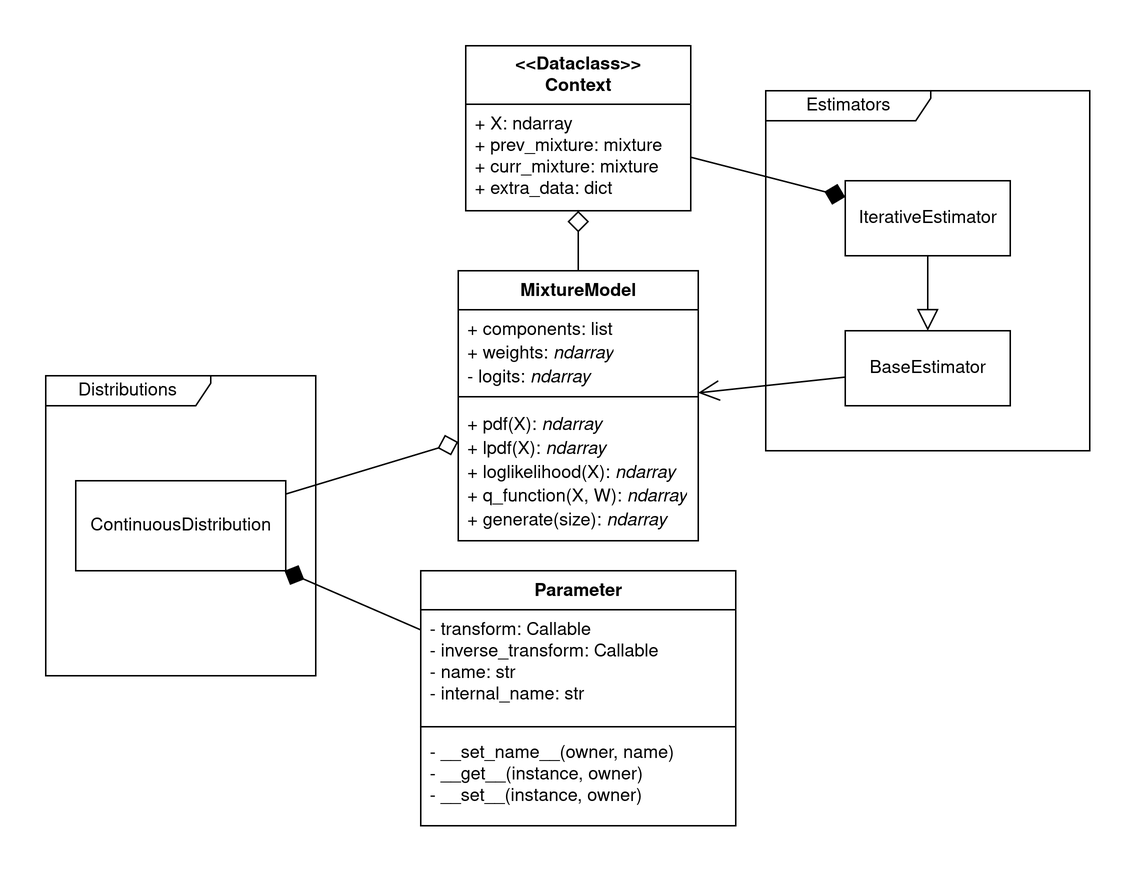
PySATL/rework-pysatl-mpest keeps this draw.io diagram as _images/core.png. Above is the earlier version. Source tidied: cells renumbered, new cells last; positions are measured from the earlier drawing's top-left corner, leaving out a move shared by most shapes. The source it was exported from:
```xml
<mxGraphModel>
  <root>
    <mxCell id="0" />
    <mxCell id="1" parent="0" />
    <mxCell id="2" style="rounded=0;jettySize=auto;html=1;endArrow=diamond;endFill=0;endSize=12;" parent="1" edge="1" source="3" target="12">
      <mxGeometry relative="1" as="geometry" />
    </mxCell>
    <mxCell id="3" value="MixtureModel" style="swimlane;fontStyle=1;align=center;verticalAlign=top;horizontal=1;startSize=26;whiteSpace=wrap;html=1;" parent="1" vertex="1">
      <mxGeometry x="275" y="150" width="160" height="180" as="geometry" />
    </mxCell>
    <mxCell id="4" value="&lt;div&gt;+ components: list&lt;/div&gt;&lt;div&gt;+ weights:&amp;nbsp;&lt;i&gt;ndarray&lt;/i&gt;&lt;/div&gt;&lt;div&gt;- logits:&amp;nbsp;&lt;i&gt;ndarray&lt;/i&gt;&lt;/div&gt;" style="text;strokeColor=none;fillColor=none;align=left;verticalAlign=top;spacingLeft=4;spacingRight=4;overflow=hidden;whiteSpace=wrap;html=1;" parent="3" vertex="1">
      <mxGeometry y="26" width="160" height="54" as="geometry" />
    </mxCell>
    <mxCell id="5" style="line;strokeWidth=1;fillColor=none;align=left;verticalAlign=middle;spacingTop=-1;spacingLeft=3;spacingRight=3;labelPosition=right;strokeColor=inherit;" parent="3" vertex="1">
      <mxGeometry y="80" width="160" height="8" as="geometry" />
    </mxCell>
    <mxCell id="6" value="&lt;div&gt;+ pdf(X):&amp;nbsp;&lt;i&gt;ndarray&lt;/i&gt;&lt;/div&gt;&lt;div&gt;+ lpdf(X):&amp;nbsp;&lt;i&gt;ndarray&lt;/i&gt;&lt;/div&gt;&lt;div&gt;&lt;div&gt;&lt;div&gt;+ loglikelihood(X):&amp;nbsp;&lt;i&gt;ndarray&lt;/i&gt;&lt;/div&gt;&lt;div&gt;+ q_function(X, W):&amp;nbsp;&lt;i&gt;ndarray&lt;/i&gt;&lt;/div&gt;&lt;/div&gt;&lt;/div&gt;&lt;div&gt;+ generate(size):&amp;nbsp;&lt;i&gt;ndarray&lt;/i&gt;&lt;/div&gt;" style="text;strokeColor=none;fillColor=none;align=left;verticalAlign=top;spacingLeft=4;spacingRight=4;overflow=hidden;whiteSpace=wrap;html=1;" parent="3" vertex="1">
      <mxGeometry y="88" width="160" height="92" as="geometry" />
    </mxCell>
    <mxCell id="7" value="Parameter" style="swimlane;fontStyle=1;align=center;verticalAlign=top;horizontal=1;startSize=26;whiteSpace=wrap;html=1;" parent="1" vertex="1">
      <mxGeometry x="250" y="350" width="210" height="170" as="geometry" />
    </mxCell>
    <mxCell id="8" value="&lt;div&gt;- transform: Callable&lt;/div&gt;&lt;div&gt;- inverse_transform: Callable&lt;/div&gt;&lt;div&gt;- name: str&lt;/div&gt;&lt;div&gt;- internal_name: str&lt;/div&gt;" style="text;strokeColor=none;fillColor=none;align=left;verticalAlign=top;spacingLeft=4;spacingRight=4;overflow=hidden;whiteSpace=wrap;html=1;" parent="7" vertex="1">
      <mxGeometry y="26" width="210" height="74" as="geometry" />
    </mxCell>
    <mxCell id="9" style="line;strokeWidth=1;fillColor=none;align=left;verticalAlign=middle;spacingTop=-1;spacingLeft=3;spacingRight=3;labelPosition=right;strokeColor=inherit;" parent="7" vertex="1">
      <mxGeometry y="100" width="210" height="8" as="geometry" />
    </mxCell>
    <mxCell id="10" value="&lt;div&gt;- __set_name__(owner, name)&lt;/div&gt;&lt;div&gt;- __get__(&lt;span class=&quot;router-outlet-wrapper ng-tns-c2462920339-0&quot;&gt;&lt;/span&gt;instance, owner)&lt;/div&gt;&lt;div&gt;- __set__(instance, owner)&lt;/div&gt;&lt;div&gt;&lt;br&gt;&lt;/div&gt;" style="text;strokeColor=none;fillColor=none;align=left;verticalAlign=top;spacingLeft=4;spacingRight=4;overflow=hidden;whiteSpace=wrap;html=1;" parent="7" vertex="1">
      <mxGeometry y="108" width="210" height="62" as="geometry" />
    </mxCell>
    <mxCell id="11" style="rounded=0;jettySize=auto;html=1;endArrow=diamond;endFill=1;endSize=12;" parent="1" edge="1" source="12" target="22">
      <mxGeometry relative="1" as="geometry" />
    </mxCell>
    <mxCell id="12" value="&lt;div&gt;&lt;b&gt;&amp;lt;&amp;lt;Dataclass&amp;gt;&amp;gt;&lt;/b&gt;&lt;/div&gt;&lt;div&gt;&lt;b&gt;Context&lt;/b&gt;&lt;/div&gt;" style="swimlane;fontStyle=0;horizontal=1;startSize=39;fillColor=none;whiteSpace=wrap;html=1;" parent="1" vertex="1">
      <mxGeometry x="280" width="150" height="110" as="geometry" />
    </mxCell>
    <mxCell id="13" value="&lt;div&gt;+ X: ndarray&lt;/div&gt;&lt;div&gt;+ prev_mixture: mixture&lt;/div&gt;&lt;div&gt;+ curr_mixture: mixture&lt;/div&gt;&lt;div&gt;+ extra_data: dict&lt;/div&gt;" style="text;strokeColor=none;fillColor=none;align=left;verticalAlign=top;spacingLeft=4;spacingRight=4;overflow=hidden;whiteSpace=wrap;html=1;" parent="12" vertex="1">
      <mxGeometry y="39" width="150" height="71" as="geometry" />
    </mxCell>
    <mxCell id="14" value="Distributions" style="shape=umlFrame;whiteSpace=wrap;html=1;width=110;height=20;" parent="1" vertex="1">
      <mxGeometry y="220" width="180" height="200" as="geometry" />
    </mxCell>
    <mxCell id="15" value="Estimators" style="shape=umlFrame;whiteSpace=wrap;html=1;width=110;height=20;" parent="1" vertex="1">
      <mxGeometry x="480" y="30" width="216" height="240" as="geometry" />
    </mxCell>
    <mxCell id="16" value="ContinuousDistribution" style="html=1;whiteSpace=wrap;" parent="1" vertex="1">
      <mxGeometry x="20" y="290" width="140" height="60" as="geometry" />
    </mxCell>
    <mxCell id="17" style="endArrow=diamond;endFill=0;endSize=12;html=1;rounded=0;" parent="1" edge="1" source="16" target="3">
      <mxGeometry relative="1" as="geometry" />
    </mxCell>
    <mxCell id="18" style="endArrow=diamond;endFill=1;endSize=12;html=1;rounded=0;" parent="1" edge="1" source="7" target="16">
      <mxGeometry relative="1" as="geometry" />
    </mxCell>
    <mxCell id="19" style="rounded=0;jettySize=auto;html=1;endArrow=open;endFill=0;endSize=12;" parent="1" edge="1" source="20" target="3">
      <mxGeometry relative="1" as="geometry" />
    </mxCell>
    <mxCell id="20" value="BaseEstimator" style="html=1;whiteSpace=wrap;" parent="1" vertex="1">
      <mxGeometry x="533" y="190" width="110" height="50" as="geometry" />
    </mxCell>
    <mxCell id="21" style="edgeStyle=orthogonalEdgeStyle;rounded=0;jettySize=auto;html=1;endSize=12;endArrow=block;endFill=0;" parent="1" edge="1" source="22" target="20">
      <mxGeometry relative="1" as="geometry" />
    </mxCell>
    <mxCell id="22" value="IterativeEstimator" style="html=1;whiteSpace=wrap;" parent="1" vertex="1">
      <mxGeometry x="533" y="90" width="110" height="50" as="geometry" />
    </mxCell>
  </root>
</mxGraphModel>
```
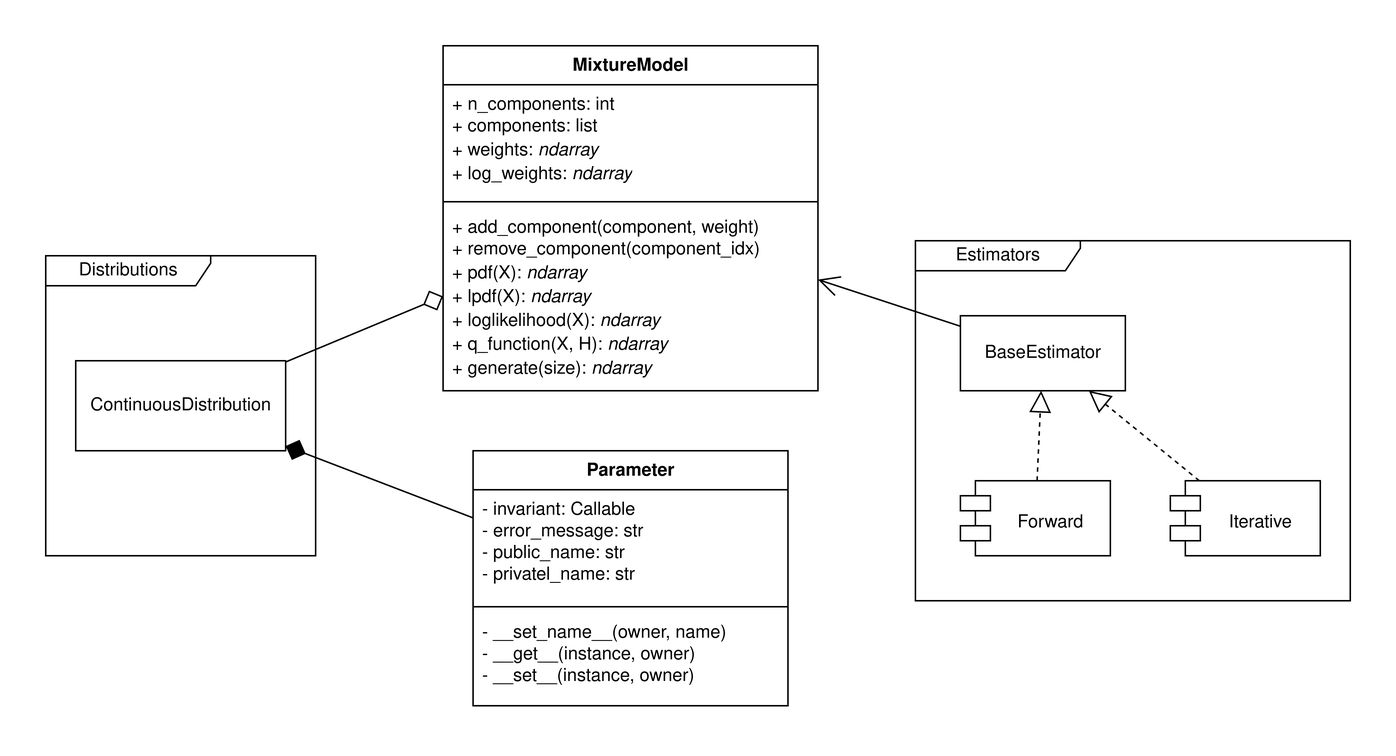
Above is the later version.

Change to the diagram source:
```diff
@@ -2,50 +2,14 @@
   <root>
     <mxCell id="0" />
     <mxCell id="1" parent="0" />
-    <mxCell id="2" style="rounded=0;jettySize=auto;html=1;endArrow=diamond;endFill=0;endSize=12;" parent="1" edge="1" source="3" target="12">
-      <mxGeometry relative="1" as="geometry" />
-    </mxCell>
-    <mxCell id="3" value="MixtureModel" style="swimlane;fontStyle=1;align=center;verticalAlign=top;horizontal=1;startSize=26;whiteSpace=wrap;html=1;" parent="1" vertex="1">
-      <mxGeometry x="275" y="150" width="160" height="180" as="geometry" />
-    </mxCell>
-    <mxCell id="4" value="&lt;div&gt;+ components: list&lt;/div&gt;&lt;div&gt;+ weights:&amp;nbsp;&lt;i&gt;ndarray&lt;/i&gt;&lt;/div&gt;&lt;div&gt;- logits:&amp;nbsp;&lt;i&gt;ndarray&lt;/i&gt;&lt;/div&gt;" style="text;strokeColor=none;fillColor=none;align=left;verticalAlign=top;spacingLeft=4;spacingRight=4;overflow=hidden;whiteSpace=wrap;html=1;" parent="3" vertex="1">
-      <mxGeometry y="26" width="160" height="54" as="geometry" />
-    </mxCell>
-    <mxCell id="5" style="line;strokeWidth=1;fillColor=none;align=left;verticalAlign=middle;spacingTop=-1;spacingLeft=3;spacingRight=3;labelPosition=right;strokeColor=inherit;" parent="3" vertex="1">
-      <mxGeometry y="80" width="160" height="8" as="geometry" />
-    </mxCell>
-    <mxCell id="6" value="&lt;div&gt;+ pdf(X):&amp;nbsp;&lt;i&gt;ndarray&lt;/i&gt;&lt;/div&gt;&lt;div&gt;+ lpdf(X):&amp;nbsp;&lt;i&gt;ndarray&lt;/i&gt;&lt;/div&gt;&lt;div&gt;&lt;div&gt;&lt;div&gt;+ loglikelihood(X):&amp;nbsp;&lt;i&gt;ndarray&lt;/i&gt;&lt;/div&gt;&lt;div&gt;+ q_function(X, W):&amp;nbsp;&lt;i&gt;ndarray&lt;/i&gt;&lt;/div&gt;&lt;/div&gt;&lt;/div&gt;&lt;div&gt;+ generate(size):&amp;nbsp;&lt;i&gt;ndarray&lt;/i&gt;&lt;/div&gt;" style="text;strokeColor=none;fillColor=none;align=left;verticalAlign=top;spacingLeft=4;spacingRight=4;overflow=hidden;whiteSpace=wrap;html=1;" parent="3" vertex="1">
-      <mxGeometry y="88" width="160" height="92" as="geometry" />
-    </mxCell>
-    <mxCell id="7" value="Parameter" style="swimlane;fontStyle=1;align=center;verticalAlign=top;horizontal=1;startSize=26;whiteSpace=wrap;html=1;" parent="1" vertex="1">
-      <mxGeometry x="250" y="350" width="210" height="170" as="geometry" />
-    </mxCell>
-    <mxCell id="8" value="&lt;div&gt;- transform: Callable&lt;/div&gt;&lt;div&gt;- inverse_transform: Callable&lt;/div&gt;&lt;div&gt;- name: str&lt;/div&gt;&lt;div&gt;- internal_name: str&lt;/div&gt;" style="text;strokeColor=none;fillColor=none;align=left;verticalAlign=top;spacingLeft=4;spacingRight=4;overflow=hidden;whiteSpace=wrap;html=1;" parent="7" vertex="1">
-      <mxGeometry y="26" width="210" height="74" as="geometry" />
-    </mxCell>
-    <mxCell id="9" style="line;strokeWidth=1;fillColor=none;align=left;verticalAlign=middle;spacingTop=-1;spacingLeft=3;spacingRight=3;labelPosition=right;strokeColor=inherit;" parent="7" vertex="1">
-      <mxGeometry y="100" width="210" height="8" as="geometry" />
-    </mxCell>
-    <mxCell id="10" value="&lt;div&gt;- __set_name__(owner, name)&lt;/div&gt;&lt;div&gt;- __get__(&lt;span class=&quot;router-outlet-wrapper ng-tns-c2462920339-0&quot;&gt;&lt;/span&gt;instance, owner)&lt;/div&gt;&lt;div&gt;- __set__(instance, owner)&lt;/div&gt;&lt;div&gt;&lt;br&gt;&lt;/div&gt;" style="text;strokeColor=none;fillColor=none;align=left;verticalAlign=top;spacingLeft=4;spacingRight=4;overflow=hidden;whiteSpace=wrap;html=1;" parent="7" vertex="1">
-      <mxGeometry y="108" width="210" height="62" as="geometry" />
-    </mxCell>
-    <mxCell id="11" style="rounded=0;jettySize=auto;html=1;endArrow=diamond;endFill=1;endSize=12;" parent="1" edge="1" source="12" target="22">
-      <mxGeometry relative="1" as="geometry" />
-    </mxCell>
-    <mxCell id="12" value="&lt;div&gt;&lt;b&gt;&amp;lt;&amp;lt;Dataclass&amp;gt;&amp;gt;&lt;/b&gt;&lt;/div&gt;&lt;div&gt;&lt;b&gt;Context&lt;/b&gt;&lt;/div&gt;" style="swimlane;fontStyle=0;horizontal=1;startSize=39;fillColor=none;whiteSpace=wrap;html=1;" parent="1" vertex="1">
-      <mxGeometry x="280" width="150" height="110" as="geometry" />
-    </mxCell>
-    <mxCell id="13" value="&lt;div&gt;+ X: ndarray&lt;/div&gt;&lt;div&gt;+ prev_mixture: mixture&lt;/div&gt;&lt;div&gt;+ curr_mixture: mixture&lt;/div&gt;&lt;div&gt;+ extra_data: dict&lt;/div&gt;" style="text;strokeColor=none;fillColor=none;align=left;verticalAlign=top;spacingLeft=4;spacingRight=4;overflow=hidden;whiteSpace=wrap;html=1;" parent="12" vertex="1">
-      <mxGeometry y="39" width="150" height="71" as="geometry" />
-    </mxCell>
     <mxCell id="14" value="Distributions" style="shape=umlFrame;whiteSpace=wrap;html=1;width=110;height=20;" parent="1" vertex="1">
-      <mxGeometry y="220" width="180" height="200" as="geometry" />
+      <mxGeometry x="-40" y="50" width="180" height="200" as="geometry" />
     </mxCell>
     <mxCell id="15" value="Estimators" style="shape=umlFrame;whiteSpace=wrap;html=1;width=110;height=20;" parent="1" vertex="1">
-      <mxGeometry x="480" y="30" width="216" height="240" as="geometry" />
+      <mxGeometry x="540" y="40" width="290" height="240" as="geometry" />
     </mxCell>
     <mxCell id="16" value="ContinuousDistribution" style="html=1;whiteSpace=wrap;" parent="1" vertex="1">
-      <mxGeometry x="20" y="290" width="140" height="60" as="geometry" />
+      <mxGeometry x="-20" y="120" width="140" height="60" as="geometry" />
     </mxCell>
     <mxCell id="17" style="endArrow=diamond;endFill=0;endSize=12;html=1;rounded=0;" parent="1" edge="1" source="16" target="3">
       <mxGeometry relative="1" as="geometry" />
@@ -57,13 +21,43 @@
       <mxGeometry relative="1" as="geometry" />
     </mxCell>
     <mxCell id="20" value="BaseEstimator" style="html=1;whiteSpace=wrap;" parent="1" vertex="1">
-      <mxGeometry x="533" y="190" width="110" height="50" as="geometry" />
+      <mxGeometry x="570" y="90" width="110" height="50" as="geometry" />
     </mxCell>
-    <mxCell id="21" style="edgeStyle=orthogonalEdgeStyle;rounded=0;jettySize=auto;html=1;endSize=12;endArrow=block;endFill=0;" parent="1" edge="1" source="22" target="20">
-      <mxGeometry relative="1" as="geometry" />
-    </mxCell>
-    <mxCell id="22" value="IterativeEstimator" style="html=1;whiteSpace=wrap;" parent="1" vertex="1">
-      <mxGeometry x="533" y="90" width="110" height="50" as="geometry" />
-    </mxCell>
+    <mxCell id="23" style="rounded=0;jettySize=auto;html=1;endSize=12;endArrow=block;endFill=0;dashed=1;" parent="1" edge="1" source="24" target="20">
+      <mxGeometry relative="1" as="geometry" />
+    </mxCell>
+    <mxCell id="24" value="&lt;div&gt;&lt;br&gt;Iterative&lt;/div&gt;" style="shape=module;align=left;spacingLeft=20;align=center;verticalAlign=top;whiteSpace=wrap;html=1;" parent="1" vertex="1">
+      <mxGeometry x="710" y="200" width="100" height="50" as="geometry" />
+    </mxCell>
+    <mxCell id="25" style="rounded=0;jettySize=auto;html=1;endArrow=block;endFill=0;endSize=12;dashed=1;" parent="1" edge="1" source="26" target="20">
+      <mxGeometry relative="1" as="geometry" />
+    </mxCell>
+    <mxCell id="26" value="&lt;div&gt;&lt;br&gt;&lt;/div&gt;&lt;div&gt;Forward&lt;/div&gt;" style="shape=module;align=left;spacingLeft=20;align=center;verticalAlign=top;whiteSpace=wrap;html=1;" parent="1" vertex="1">
+      <mxGeometry x="570" y="200" width="100" height="50" as="geometry" />
+    </mxCell>
+    <mxCell id="7" value="Parameter" style="swimlane;fontStyle=1;align=center;verticalAlign=top;horizontal=1;startSize=26;whiteSpace=wrap;html=1;" parent="1" vertex="1">
+      <mxGeometry x="245" y="180" width="210" height="170" as="geometry" />
+    </mxCell>
+    <mxCell id="27" value="&lt;div&gt;- invariant: Callable&lt;/div&gt;&lt;div&gt;- error_message: str&lt;/div&gt;&lt;div&gt;- public_name: str&lt;/div&gt;&lt;div&gt;- privatel_name: str&lt;/div&gt;" style="text;strokeColor=none;fillColor=none;align=left;verticalAlign=top;spacingLeft=4;spacingRight=4;overflow=hidden;whiteSpace=wrap;html=1;" parent="7" vertex="1">
+      <mxGeometry y="26" width="210" height="74" as="geometry" />
+    </mxCell>
+    <mxCell id="9" style="line;strokeWidth=1;fillColor=none;align=left;verticalAlign=middle;spacingTop=-1;spacingLeft=3;spacingRight=3;labelPosition=right;strokeColor=inherit;" parent="7" vertex="1">
+      <mxGeometry y="100" width="210" height="8" as="geometry" />
+    </mxCell>
+    <mxCell id="10" value="&lt;div&gt;- __set_name__(owner, name)&lt;/div&gt;&lt;div&gt;- __get__(&lt;span class=&quot;router-outlet-wrapper ng-tns-c2462920339-0&quot;&gt;&lt;/span&gt;instance, owner)&lt;/div&gt;&lt;div&gt;- __set__(instance, owner)&lt;/div&gt;&lt;div&gt;&lt;br&gt;&lt;/div&gt;" style="text;strokeColor=none;fillColor=none;align=left;verticalAlign=top;spacingLeft=4;spacingRight=4;overflow=hidden;whiteSpace=wrap;html=1;" parent="7" vertex="1">
+      <mxGeometry y="108" width="210" height="62" as="geometry" />
+    </mxCell>
+    <mxCell id="3" value="MixtureModel" style="swimlane;fontStyle=1;align=center;verticalAlign=top;horizontal=1;startSize=26;whiteSpace=wrap;html=1;" parent="1" vertex="1">
+      <mxGeometry x="225" y="-90" width="250" height="230" as="geometry" />
+    </mxCell>
+    <mxCell id="28" value="&lt;div&gt;+ n_components: int&lt;/div&gt;&lt;div&gt;+ components: list&lt;/div&gt;&lt;div&gt;+ weights:&amp;nbsp;&lt;i&gt;ndarray&lt;/i&gt;&lt;/div&gt;&lt;div&gt;+ log_weights:&amp;nbsp;&lt;i&gt;ndarray&lt;/i&gt;&lt;/div&gt;" style="text;strokeColor=none;fillColor=none;align=left;verticalAlign=top;spacingLeft=4;spacingRight=4;overflow=hidden;whiteSpace=wrap;html=1;" parent="3" vertex="1">
+      <mxGeometry y="26" width="250" height="74" as="geometry" />
+    </mxCell>
+    <mxCell id="29" style="line;strokeWidth=1;fillColor=none;align=left;verticalAlign=middle;spacingTop=-1;spacingLeft=3;spacingRight=3;labelPosition=right;strokeColor=inherit;" parent="3" vertex="1">
+      <mxGeometry y="100" width="250" height="8" as="geometry" />
+    </mxCell>
+    <mxCell id="30" value="&lt;div&gt;+ add_component(component, weight)&lt;/div&gt;&lt;div&gt;+ remove_component(component_idx)&lt;/div&gt;&lt;div&gt;+ pdf(X):&amp;nbsp;&lt;i&gt;ndarray&lt;/i&gt;&lt;/div&gt;&lt;div&gt;+ lpdf(X):&amp;nbsp;&lt;i&gt;ndarray&lt;/i&gt;&lt;/div&gt;&lt;div&gt;&lt;div&gt;&lt;div&gt;+ loglikelihood(X):&amp;nbsp;&lt;i&gt;ndarray&lt;/i&gt;&lt;/div&gt;&lt;div&gt;+ q_function(X, H):&amp;nbsp;&lt;i&gt;ndarray&lt;/i&gt;&lt;/div&gt;&lt;/div&gt;&lt;/div&gt;&lt;div&gt;+ generate(size):&amp;nbsp;&lt;i&gt;ndarray&lt;/i&gt;&lt;/div&gt;" style="text;strokeColor=none;fillColor=none;align=left;verticalAlign=top;spacingLeft=4;spacingRight=4;overflow=hidden;whiteSpace=wrap;html=1;" parent="3" vertex="1">
+      <mxGeometry y="108" width="250" height="122" as="geometry" />
+    </mxCell>
   </root>
 </mxGraphModel>
```
